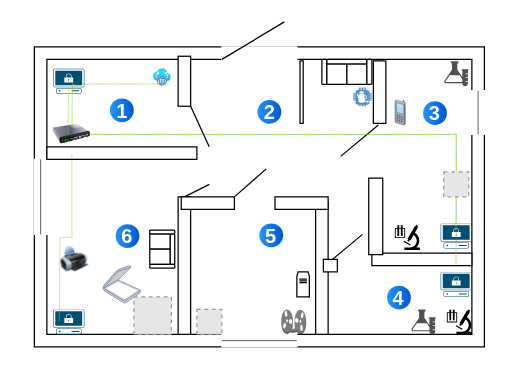
Before: page "Page-1" (1 of 2) of kssd.drawio in Punkoivan/linkedin, a draw.io diagram. Source tidied: cells renumbered, new cells numbered last; positions are measured from the earlier drawing's top-left corner, leaving out a move shared by most shapes. Both pictures are drawn from the tidied source at 125%, with x=0, y=0 at pixel (9, 21). Pictures stored in the file or linked from it are replaced by grey dashed boxes.
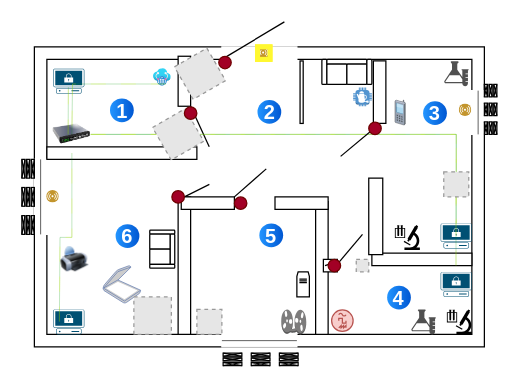
After the change.

Unchanged cells that the change refers to:
```xml
<mxCell id="32" style="image;html=1;image=img/lib/clip_art/networking/Switch_128x128.png;" parent="1" vertex="1">
  <mxGeometry x="35" y="75" width="30" height="30" as="geometry" />
</mxCell>
<mxCell id="45" style="fillColor=#E6E6E6;strokeColor=#999999;dashed=1;html=1;verticalAlign=top;verticalLabelPosition=bottom;labelBackgroundColor=#ffffff;" parent="1" vertex="1">
  <mxGeometry x="347.5" y="120" width="20" height="20" as="geometry" />
</mxCell>
```

What changed in the source:
```diff
@@
-    <mxCell id="20" style="endArrow=none;html=1;rounded=0;entryX=1;entryY=0;entryDx=0;entryDy=0;exitX=0.676;exitY=0.455;exitDx=0;exitDy=0;exitPerimeter=0;" parent="1" edge="1">
+    <mxCell id="20" style="endArrow=none;html=1;rounded=0;entryX=1;entryY=0;entryDx=0;entryDy=0;exitX=0.676;exitY=0.455;exitDx=0;exitDy=0;exitPerimeter=0;" parent="1" edge="1" source="74">
       <mxGeometry relative="1" as="geometry">
-        <mxPoint x="265" y="107.6" as="sourcePoint" />
         <mxPoint x="295.2" y="82.5" as="targetPoint" />
       </mxGeometry>
     </mxCell>
-    <mxCell id="21" style="endArrow=none;html=1;rounded=0;entryX=1;entryY=0;entryDx=0;entryDy=0;exitX=0.676;exitY=0.455;exitDx=0;exitDy=0;exitPerimeter=0;" parent="1" edge="1">
+    <mxCell id="21" style="endArrow=none;html=1;rounded=0;entryX=1;entryY=0;entryDx=0;entryDy=0;exitX=0.676;exitY=0.455;exitDx=0;exitDy=0;exitPerimeter=0;" parent="1" edge="1" source="76">
       <mxGeometry relative="1" as="geometry">
-        <mxPoint x="252.5" y="195" as="sourcePoint" />
         <mxPoint x="282.5" y="170" as="targetPoint" />
       </mxGeometry>
     </mxCell>
@@
-    <mxCell id="44" style="shape=wire;edgeStyle=orthogonalEdgeStyle;jettySize=auto;html=1;sourcePerimeterSpacing=0;targetPerimeterSpacing=0;endArrow=none;curved=0;rounded=0;strokeColor=#009900;dashed=1;fillColor=#ffff00;dashPattern=12 12;fixDash=1;startSize=6;endSize=6;strokeWidth=0.2;" parent="1" edge="1" source="32" target="45">
+    <mxCell id="44" style="shape=wire;edgeStyle=orthogonalEdgeStyle;jettySize=auto;html=1;sourcePerimeterSpacing=0;targetPerimeterSpacing=0;endArrow=none;curved=0;rounded=0;strokeColor=#009900;dashed=1;fillColor=#ffff00;dashPattern=12 12;fixDash=1;startSize=6;endSize=6;strokeWidth=0.2;" parent="1" edge="1" source="68" target="45">
       <mxGeometry relative="1" as="geometry" />
     </mxCell>
@@
+    <mxCell id="61" style="perimeter=ellipsePerimeter;verticalLabelPosition=bottom;shadow=0;dashed=0;align=center;html=1;verticalAlign=top;shape=mxgraph.electrical.instruments.signal_generator;fillColor=#f8cecc;strokeColor=#b85450;" parent="1" vertex="1">
+      <mxGeometry x="257.8" y="225" width="17.2" height="28.1" as="geometry" />
+    </mxCell>
+    <mxCell id="62" style="verticalLabelPosition=bottom;verticalAlign=top;html=1;shadow=0;dashed=0;strokeWidth=1;shape=mxgraph.ios.iIconGrid;gridSize=3,3;" parent="1" vertex="1">
+      <mxGeometry x="380" y="50" width="10" height="40" as="geometry" />
+    </mxCell>
+    <mxCell id="63" style="verticalLabelPosition=bottom;verticalAlign=top;html=1;shadow=0;dashed=0;strokeWidth=1;shape=mxgraph.ios.iIconGrid;gridSize=3,3;" parent="1" vertex="1">
+      <mxGeometry x="10" y="110" width="10" height="60" as="geometry" />
+    </mxCell>
+    <mxCell id="64" style="verticalLabelPosition=bottom;verticalAlign=top;html=1;shadow=0;dashed=0;strokeWidth=1;shape=mxgraph.ios.iIconGrid;gridSize=3,3;rotation=90;" parent="1" vertex="1">
+      <mxGeometry x="196" y="240" width="10" height="60" as="geometry" />
+    </mxCell>
+    <mxCell id="65" style="fillColor=#E6E6E6;strokeColor=#999999;dashed=1;html=1;verticalAlign=top;verticalLabelPosition=bottom;labelBackgroundColor=#ffffff;" parent="1" vertex="1">
+      <mxGeometry x="277.5" y="190" width="10" height="10" as="geometry" />
+    </mxCell>
+    <mxCell id="66" style="fillColor=#E6E6E6;strokeColor=#999999;dashed=1;html=1;verticalAlign=top;verticalLabelPosition=bottom;labelBackgroundColor=#ffffff;rotation=-30;" parent="1" vertex="1">
+      <mxGeometry x="137.5" y="26.5" width="30" height="30" as="geometry" />
+    </mxCell>
+    <mxCell id="67" style="shape=wire;edgeStyle=orthogonalEdgeStyle;jettySize=auto;html=1;sourcePerimeterSpacing=0;targetPerimeterSpacing=0;endArrow=none;curved=0;rounded=0;strokeColor=#009900;dashed=1;fillColor=#ffff00;dashPattern=12 12;fixDash=1;startSize=6;endSize=6;strokeWidth=0.2;" parent="1" edge="1" source="32" target="68">
+      <mxGeometry relative="1" as="geometry" />
+    </mxCell>
+    <mxCell id="68" style="fillColor=#E6E6E6;strokeColor=#999999;dashed=1;html=1;verticalAlign=top;verticalLabelPosition=bottom;labelBackgroundColor=#ffffff;rotation=-120;" parent="1" vertex="1">
+      <mxGeometry x="120" y="75" width="30" height="30" as="geometry" />
+    </mxCell>
+    <mxCell id="69" style="image;perimeter=ellipsePerimeter;html=1;align=center;shadow=0;dashed=0;fontColor=#4277BB;labelBackgroundColor=default;fontSize=12;spacingTop=3;image=img/lib/ibm/users/sensor.svg;" parent="1" vertex="1">
+      <mxGeometry x="30" y="135" width="10" height="10" as="geometry" />
+    </mxCell>
+    <mxCell id="70" style="image;perimeter=ellipsePerimeter;html=1;align=center;shadow=0;dashed=0;fontColor=#4277BB;labelBackgroundColor=default;fontSize=12;spacingTop=3;image=img/lib/ibm/users/sensor.svg;" parent="1" vertex="1">
+      <mxGeometry x="360" y="65.8" width="10" height="10" as="geometry" />
+    </mxCell>
+    <mxCell id="71" style="image;perimeter=ellipsePerimeter;html=1;align=center;shadow=0;dashed=0;fontColor=#4277BB;labelBackgroundColor=default;fontSize=12;spacingTop=3;image=img/lib/ibm/users/sensor.svg;imageBackground=#0000FF;imageBorder=#FFF830;strokeWidth=4;" parent="1" vertex="1">
+      <mxGeometry x="198.5" y="20" width="10" height="10" as="geometry" />
+    </mxCell>
+    <mxCell id="72" style="ellipse;whiteSpace=wrap;html=1;fillColor=#a20025;fontColor=#ffffff;strokeColor=#6F0000;" parent="1" vertex="1">
+      <mxGeometry x="140" y="68" width="10" height="10" as="geometry" />
+    </mxCell>
+    <mxCell id="73" style="endArrow=none;html=1;rounded=0;entryX=1;entryY=0;entryDx=0;entryDy=0;exitX=0.676;exitY=0.455;exitDx=0;exitDy=0;exitPerimeter=0;" parent="1" edge="1" target="74">
+      <mxGeometry relative="1" as="geometry">
+        <mxPoint x="265" y="107.6" as="sourcePoint" />
+      </mxGeometry>
+    </mxCell>
+    <mxCell id="74" style="ellipse;whiteSpace=wrap;html=1;fillColor=#a20025;fontColor=#ffffff;strokeColor=#6F0000;" parent="1" vertex="1">
+      <mxGeometry x="287.5" y="80.2" width="10" height="10" as="geometry" />
+    </mxCell>
+    <mxCell id="75" style="endArrow=none;html=1;rounded=0;entryX=1;entryY=0;entryDx=0;entryDy=0;exitX=0.676;exitY=0.455;exitDx=0;exitDy=0;exitPerimeter=0;" parent="1" edge="1" target="76">
+      <mxGeometry relative="1" as="geometry">
+        <mxPoint x="252.5" y="195" as="sourcePoint" />
+      </mxGeometry>
+    </mxCell>
+    <mxCell id="76" style="ellipse;whiteSpace=wrap;html=1;fillColor=#a20025;fontColor=#ffffff;strokeColor=#6F0000;" parent="1" vertex="1">
+      <mxGeometry x="255" y="190" width="10" height="10" as="geometry" />
+    </mxCell>
+    <mxCell id="77" style="ellipse;whiteSpace=wrap;html=1;fillColor=#a20025;fontColor=#ffffff;strokeColor=#6F0000;" parent="1" vertex="1">
+      <mxGeometry x="180" y="140" width="10" height="10" as="geometry" />
+    </mxCell>
+    <mxCell id="78" style="ellipse;whiteSpace=wrap;html=1;fillColor=#a20025;fontColor=#ffffff;strokeColor=#6F0000;" parent="1" vertex="1">
+      <mxGeometry x="130" y="135" width="10" height="10" as="geometry" />
+    </mxCell>
+    <mxCell id="79" style="ellipse;whiteSpace=wrap;html=1;fillColor=#a20025;fontColor=#ffffff;strokeColor=#6F0000;" parent="1" vertex="1">
+      <mxGeometry x="167.5" y="27.5" width="10" height="10" as="geometry" />
+    </mxCell>
```
